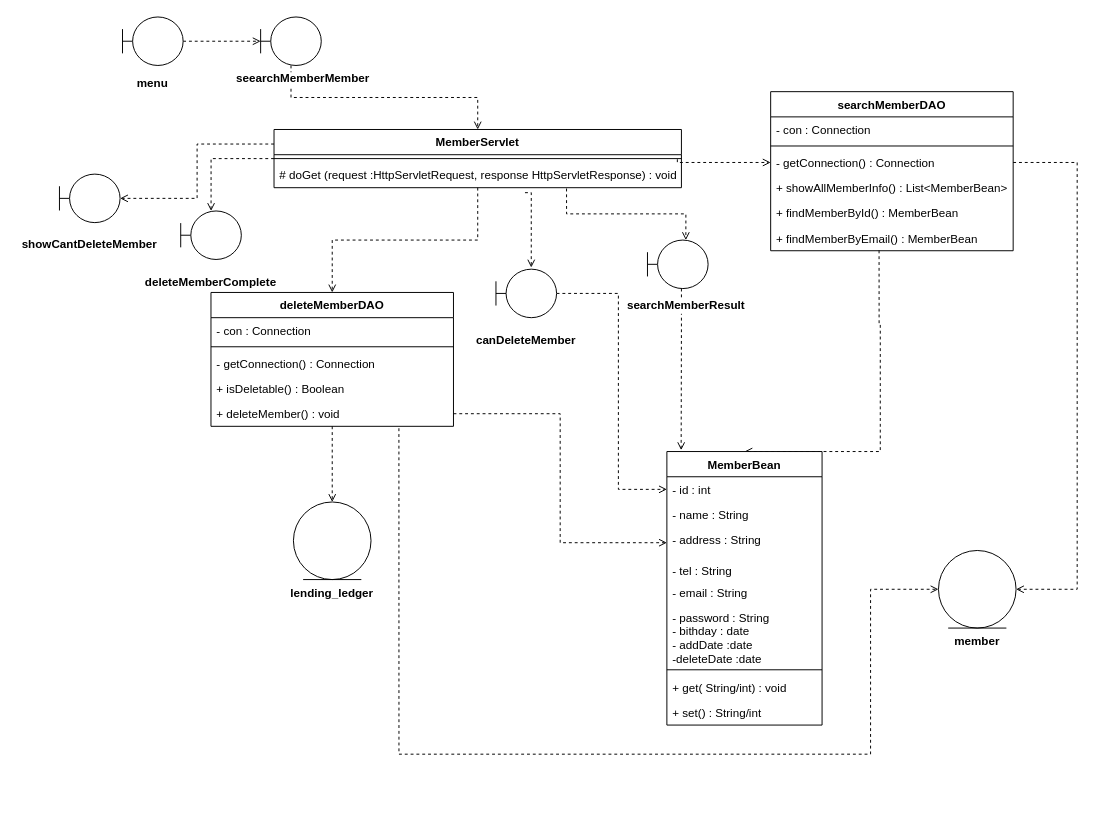
The draw.io diagram page "会員検索・退会" (2 of 3) of 開発演習ドキュメント/図書管理システム/成果物テンプレート/30_内部設計/クラス図/会員管理.drawio in LovesPython/LibraryManagementSystem, before the edit. Source tidied: cells renumbered, new cells numbered last; positions are measured from the earlier drawing's top-left corner, leaving out a move shared by most shapes. Both pictures are drawn from the tidied source at 97%, with x=0, y=0 at pixel (16, 16).
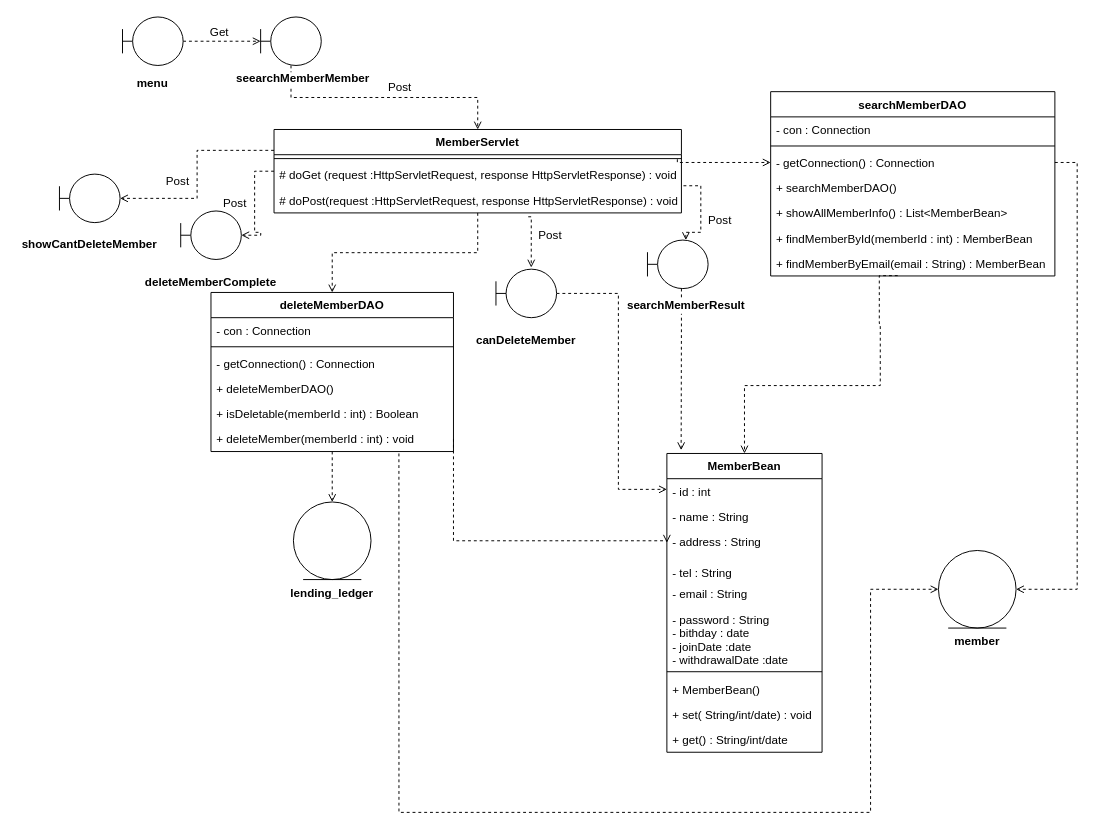
After the change.

Unchanged cells that the change refers to:
```xml
<mxCell id="11" value="# doGet (request :HttpServletRequest, response HttpServletResponse) : void" style="text;strokeColor=none;fillColor=none;align=left;verticalAlign=top;spacingLeft=4;spacingRight=4;overflow=hidden;points=[[0,0.5],[1,0.5]];portConstraint=eastwest;" parent="9" vertex="1">
  <mxGeometry y="34" width="420" height="26" as="geometry" />
</mxCell>
<mxCell id="34" style="shape=umlBoundary;whiteSpace=wrap;html=1;labelBackgroundColor=#ffffff;" parent="1" vertex="1">
  <mxGeometry x="650" y="230" width="62.5" height="50" as="geometry" />
</mxCell>
<mxCell id="37" style="shape=umlBoundary;whiteSpace=wrap;html=1;labelBackgroundColor=#ffffff;" parent="1" vertex="1">
  <mxGeometry x="493.8" y="260" width="62.5" height="50" as="geometry" />
</mxCell>
<mxCell id="39" style="ellipse;shape=umlEntity;whiteSpace=wrap;html=1;labelBackgroundColor=#ffffff;" parent="1" vertex="1">
  <mxGeometry x="950" y="550" width="80" height="80" as="geometry" />
</mxCell>
```

Diff of the diagram source:
```diff
@@
-    <mxCell id="2" style="edgeStyle=orthogonalEdgeStyle;rounded=0;jettySize=auto;html=1;entryX=0.5;entryY=0;entryDx=0;entryDy=0;dashed=1;endArrow=open;endFill=0;exitX=0.447;exitY=0.987;exitDx=0;exitDy=0;exitPerimeter=0;" parent="1" edge="1" source="31" target="14">
-      <mxGeometry relative="1" as="geometry">
-        <Array as="points">
-          <mxPoint x="889" y="316" />
-          <mxPoint x="890" y="316" />
-          <mxPoint x="890" y="448" />
-        </Array>
-      </mxGeometry>
-    </mxCell>
@@
-    <mxCell id="4" style="edgeStyle=orthogonalEdgeStyle;rounded=0;jettySize=auto;html=1;exitX=0.718;exitY=1.033;exitDx=0;exitDy=0;entryX=0.633;entryY=0;entryDx=0;entryDy=0;entryPerimeter=0;dashed=1;endArrow=open;endFill=0;exitPerimeter=0;" parent="1" edge="1" source="11" target="34">
+    <mxCell id="4" style="edgeStyle=orthogonalEdgeStyle;rounded=0;jettySize=auto;html=1;exitX=1.005;exitY=-0.077;exitDx=0;exitDy=0;entryX=0.633;entryY=0;entryDx=0;entryDy=0;entryPerimeter=0;dashed=1;endArrow=open;endFill=0;exitPerimeter=0;" parent="1" edge="1" source="59" target="34">
       <mxGeometry relative="1" as="geometry" />
     </mxCell>
-    <mxCell id="5" style="edgeStyle=orthogonalEdgeStyle;rounded=0;jettySize=auto;html=1;dashed=1;endArrow=open;endFill=0;exitX=0.616;exitY=1.198;exitDx=0;exitDy=0;entryX=0.582;entryY=-0.034;entryDx=0;entryDy=0;entryPerimeter=0;exitPerimeter=0;" parent="1" edge="1" source="11" target="37">
+    <mxCell id="5" style="edgeStyle=orthogonalEdgeStyle;rounded=0;jettySize=auto;html=1;dashed=1;endArrow=open;endFill=0;exitX=0.624;exitY=1.154;exitDx=0;exitDy=0;entryX=0.582;entryY=-0.034;entryDx=0;entryDy=0;entryPerimeter=0;exitPerimeter=0;" parent="1" edge="1" source="59" target="37">
       <mxGeometry relative="1" as="geometry">
         <Array as="points">
-          <mxPoint x="530" y="181" />
+          <mxPoint x="530" y="206" />
         </Array>
       </mxGeometry>
     </mxCell>
@@
     <mxCell id="9" value="MemberServlet" style="swimlane;fontStyle=1;align=center;verticalAlign=top;horizontal=1;startSize=26;labelBackgroundColor=#ffffff;" parent="1" vertex="1">
-      <mxGeometry x="265" y="116" width="420" height="60" as="geometry" />
+      <mxGeometry x="265" y="116" width="420" height="86" as="geometry" />
     </mxCell>
@@
+    <mxCell id="59" value="# doPost(request :HttpServletRequest, response HttpServletResponse) : void" style="text;strokeColor=none;fillColor=none;align=left;verticalAlign=top;spacingLeft=4;spacingRight=4;overflow=hidden;points=[[0,0.5],[1,0.5]];portConstraint=eastwest;" parent="9" vertex="1">
+      <mxGeometry y="60" width="420" height="26" as="geometry" />
+    </mxCell>
@@
-    <mxCell id="14" value="MemberBean" style="swimlane;fontStyle=1;align=center;verticalAlign=top;horizontal=1;startSize=26;labelBackgroundColor=#ffffff;" parent="1" vertex="1">
-      <mxGeometry x="670" y="448" width="160" height="282" as="geometry" />
-    </mxCell>
-    <mxCell id="15" value="- id : int" style="text;strokeColor=none;fillColor=none;align=left;verticalAlign=top;spacingLeft=4;spacingRight=4;overflow=hidden;points=[[0,0.5],[1,0.5]];portConstraint=eastwest;" parent="14" vertex="1">
-      <mxGeometry y="26" width="160" height="26" as="geometry" />
-    </mxCell>
-    <mxCell id="16" value="- name : String" style="text;strokeColor=none;fillColor=none;align=left;verticalAlign=top;spacingLeft=4;spacingRight=4;overflow=hidden;" parent="14" vertex="1">
-      <mxGeometry y="52" width="160" height="26" as="geometry" />
-    </mxCell>
-    <mxCell id="17" value="- address : String" style="text;strokeColor=none;fillColor=none;align=left;verticalAlign=top;spacingLeft=4;spacingRight=4;overflow=hidden;points=[[0,0.5],[1,0.5]];portConstraint=eastwest;" parent="14" vertex="1">
-      <mxGeometry y="78" width="160" height="32" as="geometry" />
-    </mxCell>
-    <mxCell id="18" value="- tel : String" style="text;strokeColor=none;fillColor=none;align=left;verticalAlign=top;spacingLeft=4;spacingRight=4;overflow=hidden;" parent="14" vertex="1">
-      <mxGeometry y="110" width="160" height="22" as="geometry" />
-    </mxCell>
-    <mxCell id="19" value="- email : String" style="text;strokeColor=none;fillColor=none;align=left;verticalAlign=top;spacingLeft=4;spacingRight=4;overflow=hidden;" parent="14" vertex="1">
-      <mxGeometry y="132" width="160" height="26" as="geometry" />
-    </mxCell>
-    <mxCell id="20" value="- password : String&#10;- bithday : date&#10;- addDate :date&#10;-deleteDate :date" style="text;strokeColor=none;fillColor=none;align=left;verticalAlign=top;spacingLeft=4;spacingRight=4;overflow=hidden;" parent="14" vertex="1">
-      <mxGeometry y="158" width="160" height="62" as="geometry" />
-    </mxCell>
-    <mxCell id="21" style="line;strokeWidth=1;fillColor=none;align=left;verticalAlign=middle;spacingTop=-1;spacingLeft=3;spacingRight=3;labelPosition=right;" parent="14" vertex="1">
-      <mxGeometry y="220" width="160" height="10" as="geometry" />
-    </mxCell>
-    <mxCell id="22" value="+ get( String/int) : void" style="text;strokeColor=none;fillColor=none;align=left;verticalAlign=top;spacingLeft=4;spacingRight=4;overflow=hidden;" parent="14" vertex="1">
-      <mxGeometry y="230" width="160" height="26" as="geometry" />
-    </mxCell>
-    <mxCell id="23" value="+ set() : String/int" style="text;strokeColor=none;fillColor=none;align=left;verticalAlign=top;spacingLeft=4;spacingRight=4;overflow=hidden;" parent="14" vertex="1">
-      <mxGeometry y="256" width="160" height="26" as="geometry" />
-    </mxCell>
@@
     <mxCell id="25" value="searchMemberDAO" style="swimlane;fontStyle=1;align=center;verticalAlign=top;horizontal=1;startSize=26;labelBackgroundColor=#ffffff;" parent="1" vertex="1">
-      <mxGeometry x="777" y="77" width="250" height="164" as="geometry" />
+      <mxGeometry x="777" y="77" width="293" height="190" as="geometry" />
     </mxCell>
     <mxCell id="26" value="- con : Connection " style="text;strokeColor=none;fillColor=none;align=left;verticalAlign=top;spacingLeft=4;spacingRight=4;overflow=hidden;" parent="25" vertex="1">
-      <mxGeometry y="26" width="250" height="26" as="geometry" />
+      <mxGeometry y="26" width="293" height="26" as="geometry" />
     </mxCell>
     <mxCell id="27" style="line;strokeWidth=1;fillColor=none;align=left;verticalAlign=middle;spacingTop=-1;spacingLeft=3;spacingRight=3;labelPosition=right;" parent="25" vertex="1">
-      <mxGeometry y="52" width="250" height="8" as="geometry" />
+      <mxGeometry y="52" width="293" height="8" as="geometry" />
     </mxCell>
     <mxCell id="28" value="- getConnection() : Connection" style="text;strokeColor=none;fillColor=none;align=left;verticalAlign=top;spacingLeft=4;spacingRight=4;overflow=hidden;points=[[0,0.5],[1,0.5]];portConstraint=eastwest;" parent="25" vertex="1">
-      <mxGeometry y="60" width="250" height="26" as="geometry" />
+      <mxGeometry y="60" width="293" height="26" as="geometry" />
     </mxCell>
+    <mxCell id="60" value="+ searchMemberDAO()" style="text;strokeColor=none;fillColor=none;align=left;verticalAlign=top;spacingLeft=4;spacingRight=4;overflow=hidden;" parent="25" vertex="1">
+      <mxGeometry y="86" width="293" height="26" as="geometry" />
+    </mxCell>
     <mxCell id="29" value="+ showAllMemberInfo() : List&lt;MemberBean&gt;" style="text;strokeColor=none;fillColor=none;align=left;verticalAlign=top;spacingLeft=4;spacingRight=4;overflow=hidden;" parent="25" vertex="1">
-      <mxGeometry y="86" width="250" height="26" as="geometry" />
+      <mxGeometry y="112" width="293" height="26" as="geometry" />
     </mxCell>
-    <mxCell id="30" value="+ findMemberById() : MemberBean" style="text;strokeColor=none;fillColor=none;align=left;verticalAlign=top;spacingLeft=4;spacingRight=4;overflow=hidden;" parent="25" vertex="1">
-      <mxGeometry y="112" width="250" height="26" as="geometry" />
+    <mxCell id="30" value="+ findMemberById(memberId : int) : MemberBean" style="text;strokeColor=none;fillColor=none;align=left;verticalAlign=top;spacingLeft=4;spacingRight=4;overflow=hidden;" parent="25" vertex="1">
+      <mxGeometry y="138" width="293" height="26" as="geometry" />
     </mxCell>
-    <mxCell id="31" value="+ findMemberByEmail() : MemberBean" style="text;strokeColor=none;fillColor=none;align=left;verticalAlign=top;spacingLeft=4;spacingRight=4;overflow=hidden;points=[[0,0.5],[1,0.5]];portConstraint=eastwest;" parent="25" vertex="1">
-      <mxGeometry y="138" width="250" height="26" as="geometry" />
+    <mxCell id="31" value="+ findMemberByEmail(email : String) : MemberBean" style="text;strokeColor=none;fillColor=none;align=left;verticalAlign=top;spacingLeft=4;spacingRight=4;overflow=hidden;points=[[0,0.5],[1,0.5]];portConstraint=eastwest;" parent="25" vertex="1">
+      <mxGeometry y="164" width="293" height="26" as="geometry" />
     </mxCell>
@@
-    <mxCell id="33" style="edgeStyle=orthogonalEdgeStyle;rounded=0;jettySize=auto;html=1;entryX=0.092;entryY=-0.005;entryDx=0;entryDy=0;entryPerimeter=0;dashed=1;endArrow=open;endFill=0;" parent="1" edge="1" source="34" target="14">
+    <mxCell id="33" style="edgeStyle=orthogonalEdgeStyle;rounded=0;jettySize=auto;html=1;entryX=0.092;entryY=-0.005;entryDx=0;entryDy=0;entryPerimeter=0;dashed=1;endArrow=open;endFill=0;" parent="1" edge="1" source="34">
       <mxGeometry relative="1" as="geometry">
+        <mxPoint x="684.7" y="446.6" as="targetPoint" />
         <Array as="points">
           <mxPoint x="685" y="320" />
           <mxPoint x="685" y="320" />
         </Array>
       </mxGeometry>
     </mxCell>
@@
-    <mxCell id="36" style="edgeStyle=orthogonalEdgeStyle;rounded=0;jettySize=auto;html=1;entryX=0;entryY=0.5;entryDx=0;entryDy=0;dashed=1;endArrow=open;endFill=0;" parent="1" edge="1" source="37" target="15">
+    <mxCell id="36" style="edgeStyle=orthogonalEdgeStyle;rounded=0;jettySize=auto;html=1;entryX=0;entryY=0.5;entryDx=0;entryDy=0;dashed=1;endArrow=open;endFill=0;" parent="1" edge="1" source="37">
       <mxGeometry relative="1" as="geometry">
+        <mxPoint x="670" y="487" as="targetPoint" />
         <Array as="points">
           <mxPoint x="620" y="285" />
           <mxPoint x="620" y="487" />
         </Array>
       </mxGeometry>
     </mxCell>
@@
     <mxCell id="45" style="edgeStyle=orthogonalEdgeStyle;rounded=0;jettySize=auto;html=1;entryX=0;entryY=0.5;entryDx=0;entryDy=0;dashed=1;endArrow=open;endFill=0;exitX=0.775;exitY=1.077;exitDx=0;exitDy=0;exitPerimeter=0;" parent="1" edge="1" source="51" target="39">
       <mxGeometry relative="1" as="geometry">
         <Array as="points">
-          <mxPoint x="394" y="760" />
-          <mxPoint x="880" y="760" />
+          <mxPoint x="394" y="820" />
+          <mxPoint x="880" y="820" />
           <mxPoint x="880" y="590" />
         </Array>
       </mxGeometry>
     </mxCell>
     <mxCell id="46" value="deleteMemberDAO" style="swimlane;fontStyle=1;align=center;verticalAlign=top;horizontal=1;startSize=26;labelBackgroundColor=#ffffff;" parent="1" vertex="1">
-      <mxGeometry x="200" y="284" width="250" height="138" as="geometry" />
+      <mxGeometry x="200" y="284" width="250" height="164" as="geometry" />
     </mxCell>
@@
+    <mxCell id="61" value="+ deleteMemberDAO()" style="text;strokeColor=none;fillColor=none;align=left;verticalAlign=top;spacingLeft=4;spacingRight=4;overflow=hidden;" parent="46" vertex="1">
+      <mxGeometry y="86" width="250" height="26" as="geometry" />
+    </mxCell>
-    <mxCell id="50" value="+ isDeletable() : Boolean" style="text;strokeColor=none;fillColor=none;align=left;verticalAlign=top;spacingLeft=4;spacingRight=4;overflow=hidden;" parent="46" vertex="1">
-      <mxGeometry y="86" width="250" height="26" as="geometry" />
+    <mxCell id="50" value="+ isDeletable(memberId : int) : Boolean" style="text;strokeColor=none;fillColor=none;align=left;verticalAlign=top;spacingLeft=4;spacingRight=4;overflow=hidden;" parent="46" vertex="1">
+      <mxGeometry y="112" width="250" height="26" as="geometry" />
     </mxCell>
-    <mxCell id="51" value="+ deleteMember() : void" style="text;strokeColor=none;fillColor=none;align=left;verticalAlign=top;spacingLeft=4;spacingRight=4;overflow=hidden;points=[[0,0.5],[1,0.5]];portConstraint=eastwest;" parent="46" vertex="1">
-      <mxGeometry y="112" width="250" height="26" as="geometry" />
+    <mxCell id="51" value="+ deleteMember(memberId : int) : void" style="text;strokeColor=none;fillColor=none;align=left;verticalAlign=top;spacingLeft=4;spacingRight=4;overflow=hidden;points=[[0,0.5],[1,0.5]];portConstraint=eastwest;" parent="46" vertex="1">
+      <mxGeometry y="138" width="250" height="26" as="geometry" />
     </mxCell>
-    <mxCell id="52" style="edgeStyle=orthogonalEdgeStyle;rounded=0;jettySize=auto;html=1;exitX=1;exitY=0.5;exitDx=0;exitDy=0;entryX=0;entryY=0.5;entryDx=0;entryDy=0;dashed=1;endArrow=open;endFill=0;" parent="1" edge="1" source="51" target="17">
-      <mxGeometry relative="1" as="geometry" />
+    <mxCell id="52" style="edgeStyle=orthogonalEdgeStyle;rounded=0;jettySize=auto;html=1;exitX=1;exitY=0.5;exitDx=0;exitDy=0;entryX=0;entryY=0.5;entryDx=0;entryDy=0;dashed=1;endArrow=open;endFill=0;" parent="1" edge="1" source="51">
+      <mxGeometry relative="1" as="geometry">
+        <mxPoint x="670" y="542" as="targetPoint" />
+        <Array as="points">
+          <mxPoint x="450" y="540" />
+          <mxPoint x="670" y="540" />
+        </Array>
+      </mxGeometry>
     </mxCell>
@@
+    <mxCell id="14" value="MemberBean" style="swimlane;fontStyle=1;align=center;verticalAlign=top;horizontal=1;startSize=26;labelBackgroundColor=#ffffff;" parent="1" vertex="1">
+      <mxGeometry x="670" y="450" width="160" height="308" as="geometry" />
+    </mxCell>
+    <mxCell id="15" value="- id : int" style="text;strokeColor=none;fillColor=none;align=left;verticalAlign=top;spacingLeft=4;spacingRight=4;overflow=hidden;points=[[0,0.5],[1,0.5]];portConstraint=eastwest;" parent="14" vertex="1">
+      <mxGeometry y="26" width="160" height="26" as="geometry" />
+    </mxCell>
+    <mxCell id="16" value="- name : String" style="text;strokeColor=none;fillColor=none;align=left;verticalAlign=top;spacingLeft=4;spacingRight=4;overflow=hidden;" parent="14" vertex="1">
+      <mxGeometry y="52" width="160" height="26" as="geometry" />
+    </mxCell>
+    <mxCell id="17" value="- address : String" style="text;strokeColor=none;fillColor=none;align=left;verticalAlign=top;spacingLeft=4;spacingRight=4;overflow=hidden;points=[[0,0.5],[1,0.5]];portConstraint=eastwest;" parent="14" vertex="1">
+      <mxGeometry y="78" width="160" height="32" as="geometry" />
+    </mxCell>
+    <mxCell id="18" value="- tel : String" style="text;strokeColor=none;fillColor=none;align=left;verticalAlign=top;spacingLeft=4;spacingRight=4;overflow=hidden;" parent="14" vertex="1">
+      <mxGeometry y="110" width="160" height="22" as="geometry" />
+    </mxCell>
+    <mxCell id="19" value="- email : String" style="text;strokeColor=none;fillColor=none;align=left;verticalAlign=top;spacingLeft=4;spacingRight=4;overflow=hidden;" parent="14" vertex="1">
+      <mxGeometry y="132" width="160" height="26" as="geometry" />
+    </mxCell>
+    <mxCell id="62" value="- password : String&#10;- bithday : date&#10;- joinDate :date&#10;- withdrawalDate :date" style="text;strokeColor=none;fillColor=none;align=left;verticalAlign=top;spacingLeft=4;spacingRight=4;overflow=hidden;" parent="14" vertex="1">
+      <mxGeometry y="158" width="160" height="62" as="geometry" />
+    </mxCell>
+    <mxCell id="21" style="line;strokeWidth=1;fillColor=none;align=left;verticalAlign=middle;spacingTop=-1;spacingLeft=3;spacingRight=3;labelPosition=right;" parent="14" vertex="1">
+      <mxGeometry y="220" width="160" height="10" as="geometry" />
+    </mxCell>
+    <mxCell id="63" value="+ MemberBean()" style="text;strokeColor=none;fillColor=none;align=left;verticalAlign=top;spacingLeft=4;spacingRight=4;overflow=hidden;" parent="14" vertex="1">
+      <mxGeometry y="230" width="160" height="26" as="geometry" />
+    </mxCell>
+    <mxCell id="64" value="+ set( String/int/date) : void" style="text;strokeColor=none;fillColor=none;align=left;verticalAlign=top;spacingLeft=4;spacingRight=4;overflow=hidden;" parent="14" vertex="1">
+      <mxGeometry y="256" width="160" height="26" as="geometry" />
+    </mxCell>
+    <mxCell id="65" value="+ get() : String/int/date" style="text;strokeColor=none;fillColor=none;align=left;verticalAlign=top;spacingLeft=4;spacingRight=4;overflow=hidden;" parent="14" vertex="1">
+      <mxGeometry y="282" width="160" height="26" as="geometry" />
+    </mxCell>
+    <mxCell id="2" style="edgeStyle=orthogonalEdgeStyle;rounded=0;jettySize=auto;html=1;dashed=1;endArrow=open;endFill=0;exitX=0.447;exitY=0.987;exitDx=0;exitDy=0;exitPerimeter=0;" parent="1" edge="1" source="31" target="14">
+      <mxGeometry relative="1" as="geometry">
+        <Array as="points">
+          <mxPoint x="889" y="316" />
+          <mxPoint x="890" y="316" />
+          <mxPoint x="890" y="380" />
+          <mxPoint x="750" y="380" />
+        </Array>
+      </mxGeometry>
+    </mxCell>
+    <mxCell id="66" value="Get" style="text;html=1;strokeColor=none;fillColor=none;align=center;verticalAlign=middle;whiteSpace=wrap;rounded=0;" parent="1" vertex="1">
+      <mxGeometry x="189.2" y="6" width="40" height="20" as="geometry" />
+    </mxCell>
+    <mxCell id="67" value="Post" style="text;html=1;strokeColor=none;fillColor=none;align=center;verticalAlign=middle;whiteSpace=wrap;rounded=0;" parent="1" vertex="1">
+      <mxGeometry x="375" y="63" width="40" height="20" as="geometry" />
+    </mxCell>
+    <mxCell id="68" value="Post" style="text;html=1;strokeColor=none;fillColor=none;align=center;verticalAlign=middle;whiteSpace=wrap;rounded=0;" parent="1" vertex="1">
+      <mxGeometry x="705" y="200" width="40" height="20" as="geometry" />
+    </mxCell>
+    <mxCell id="69" value="Post" style="text;html=1;strokeColor=none;fillColor=none;align=center;verticalAlign=middle;whiteSpace=wrap;rounded=0;" parent="1" vertex="1">
+      <mxGeometry x="530" y="215" width="40" height="20" as="geometry" />
+    </mxCell>
+    <mxCell id="70" value="Post" style="text;html=1;strokeColor=none;fillColor=none;align=center;verticalAlign=middle;whiteSpace=wrap;rounded=0;" parent="1" vertex="1">
+      <mxGeometry x="146.2" y="160" width="40" height="20" as="geometry" />
+    </mxCell>
+    <mxCell id="71" value="Post" style="text;html=1;strokeColor=none;fillColor=none;align=center;verticalAlign=middle;whiteSpace=wrap;rounded=0;" parent="1" vertex="1">
+      <mxGeometry x="205.2" y="182" width="40" height="20" as="geometry" />
+    </mxCell>
```
